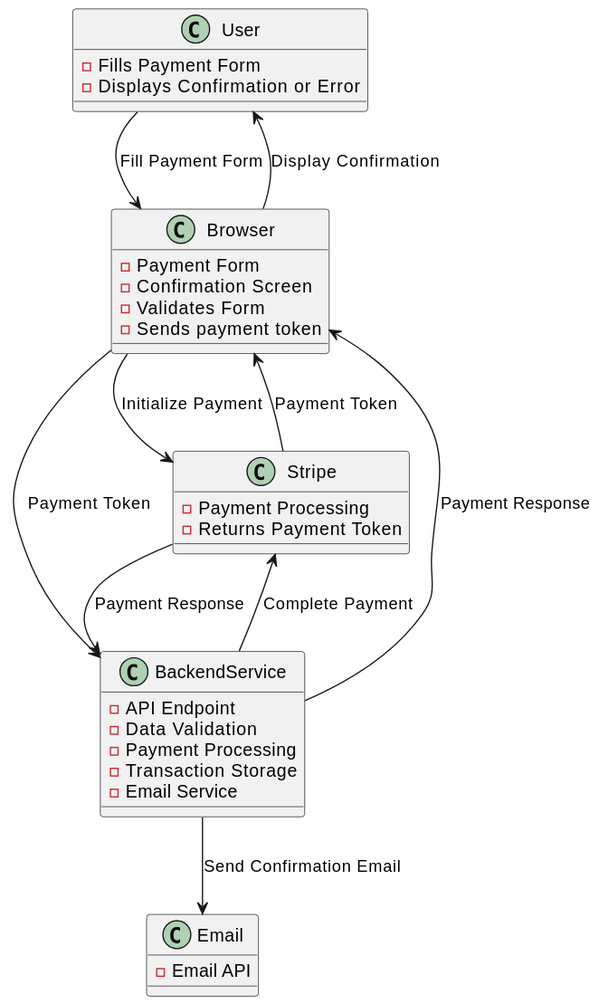
Before: docs/backend-data-flow.svg, a diagram exported from PlantUML (PaulWheatcroft/payment).
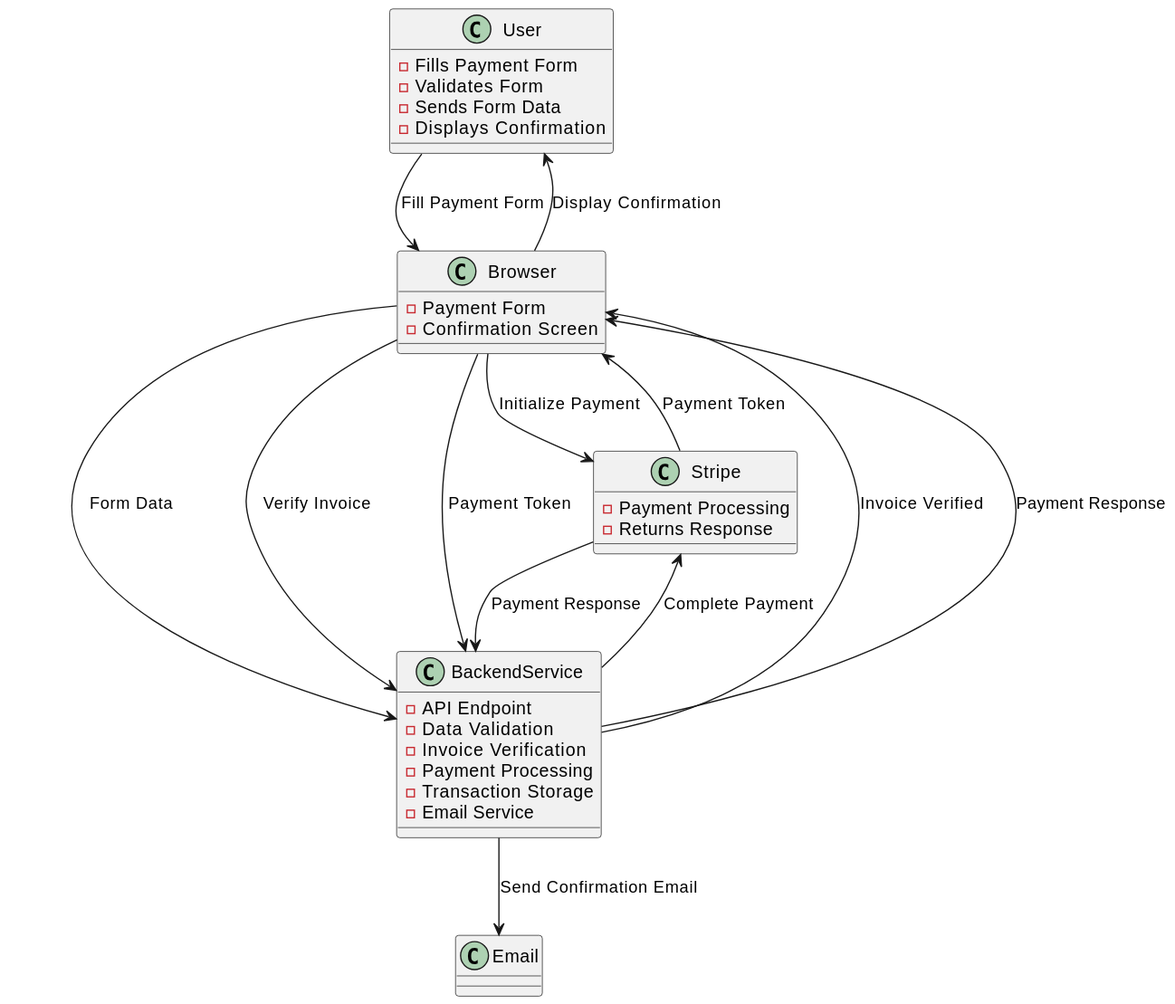
The same file after the commit.

Commit message:
Updated data flow diagrams

The edit, as a diff of the source:
```diff
@@ -3,19 +3,20 @@
 
 RECTANGLE User {
   - Fills Payment Form
-  - Displays Confirmation or Error
+  - Validates Form
+  - Sends Form Data
+  - Displays Confirmation
 }
 
 RECTANGLE Browser {
   - Payment Form
   - Confirmation Screen
-  - Validates Form
-  - Sends payment token
 }
 
 RECTANGLE BackendService {
   - API Endpoint
   - Data Validation
+  - Invoice Verification
   - Payment Processing
   - Transaction Storage
   - Email Service
@@ -23,14 +24,13 @@
 
 RECTANGLE Stripe {
   - Payment Processing
-  - Returns Payment Token
-}
-
-RECTANGLE Email {
-  - Email API
+  - Returns Response
 }
 
 User --> Browser : Fill Payment Form
+Browser --> BackendService : Form Data
+Browser --> BackendService : Verify Invoice
+BackendService --> Browser : Invoice Verified
 Browser --> Stripe : Initialize Payment
 Stripe --> Browser : Payment Token
 Browser --> BackendService : Payment Token
```
